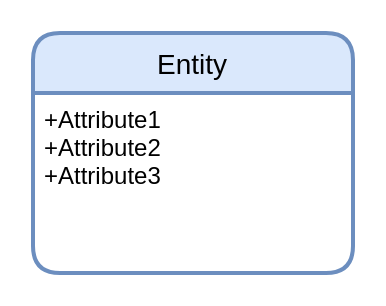
CraigW1/CraigW1 keeps this draw.io diagram as Untitled Diagram.drawio. Above is the earlier version. Source tidied: cells renumbered, new cells numbered last; positions are measured from the earlier drawing's top-left corner, leaving out a move shared by most shapes. Both pictures are drawn from the tidied source at 200%, with x=0, y=0 at pixel (32, 32).
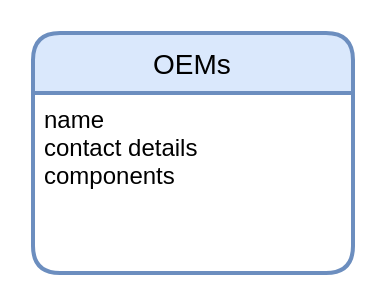
The same page after the edit.

Change to the diagram source:
```diff
@@
 <mxGraphModel>
   <root>
     <mxCell id="0" />
     <mxCell id="1" parent="0" />
-    <mxCell id="2" value="Entity" style="swimlane;horizontal=1;startSize=30;rounded=1;fontSize=14;fontStyle=0;strokeWidth=2;shadow=0;dashed=0;align=center;fillColor=#dae8fc;strokeColor=#6c8ebf;" parent="1" vertex="1">
+    <mxCell id="2" value="OEMs" style="swimlane;horizontal=1;startSize=30;rounded=1;fontSize=14;fontStyle=0;strokeWidth=2;shadow=0;dashed=0;align=center;fillColor=#dae8fc;strokeColor=#6c8ebf;" parent="1" vertex="1">
       <mxGeometry width="160" height="120" as="geometry" />
     </mxCell>
-    <mxCell id="3" value="+Attribute1&#10;+Attribute2&#10;+Attribute3" style="align=left;strokeColor=none;fillColor=none;spacingLeft=4;fontSize=12;verticalAlign=top;" parent="2" vertex="1">
+    <mxCell id="3" value="name&#10;contact details&#10;components&#10;" style="align=left;strokeColor=none;fillColor=none;spacingLeft=4;fontSize=12;verticalAlign=top;" parent="2" vertex="1">
       <mxGeometry y="30" width="160" height="90" as="geometry" />
     </mxCell>
   </root>
 </mxGraphModel>
```
